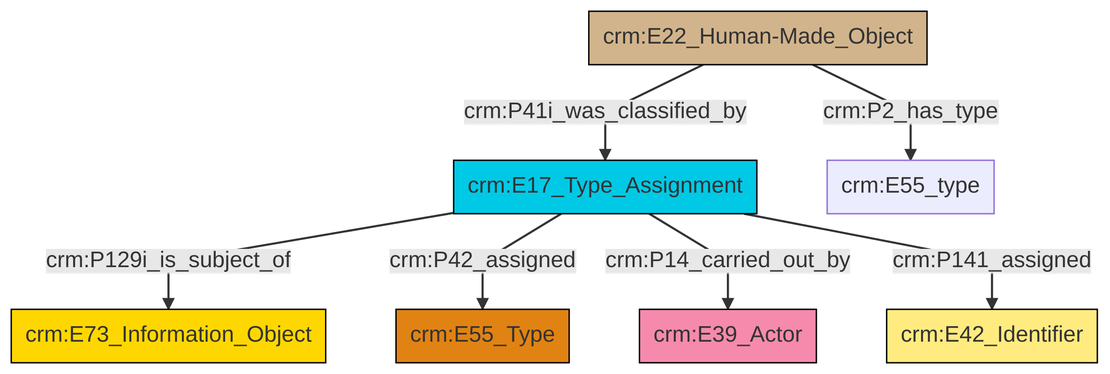
swiss-art-research-net/reference-data-models keeps this Mermaid diagram as et/builtWorkCSV/ttl/mmd/png/Built_Work_designation_status.png. Above is the earlier version. Its source is kept beside it as et/builtWorkCSV/ttl/mmd/Built_Work_designation_status.ttl.mmd.
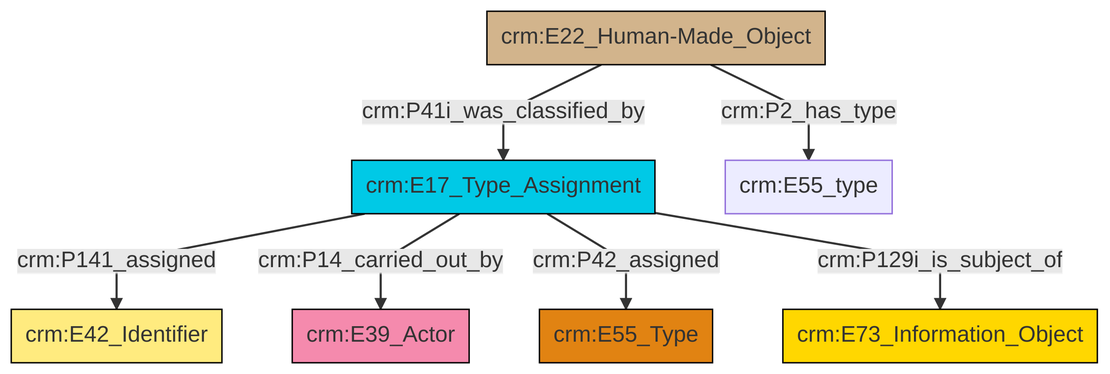
Above is the later version.

What changed in the source:
```diff
@@ -13,9 +13,9 @@
 classDef PC_Classes fill:#4ce600, stroke:#000000;
 classDef Multi fill:#cccccc,stroke:#000000;
 
-0["crm:E17_Type_Assignment"]:::Temporal_Entity -->|crm:P129i_is_subject_of| 9["crm:E73_Information_Object"]:::Conceptual_Object
-5["crm:E22_Human-Made_Object"]:::Physical_Thing -->|crm:P2_has_type| 11["crm:E55_type"]:::Default
-5["crm:E22_Human-Made_Object"]:::Physical_Thing -->|crm:P41i_was_classified_by| 0["crm:E17_Type_Assignment"]:::Temporal_Entity
-0["crm:E17_Type_Assignment"]:::Temporal_Entity -->|crm:P42_assigned| 2["crm:E55_Type"]:::Type
-0["crm:E17_Type_Assignment"]:::Temporal_Entity -->|crm:P14_carried_out_by| 7["crm:E39_Actor"]:::Actor
-0["crm:E17_Type_Assignment"]:::Temporal_Entity -->|crm:P141_assigned| 12["crm:E42_Identifier"]:::Appellation
+0["crm:E22_Human-Made_Object"]:::Physical_Thing -->|crm:P41i_was_classified_by| 1["crm:E17_Type_Assignment"]:::Temporal_Entity
+1["crm:E17_Type_Assignment"]:::Temporal_Entity -->|crm:P141_assigned| 2["crm:E42_Identifier"]:::Appellation
+1["crm:E17_Type_Assignment"]:::Temporal_Entity -->|crm:P14_carried_out_by| 6["crm:E39_Actor"]:::Actor
+1["crm:E17_Type_Assignment"]:::Temporal_Entity -->|crm:P42_assigned| 7["crm:E55_Type"]:::Type
+0["crm:E22_Human-Made_Object"]:::Physical_Thing -->|crm:P2_has_type| 8["crm:E55_type"]:::Default
+1["crm:E17_Type_Assignment"]:::Temporal_Entity -->|crm:P129i_is_subject_of| 4["crm:E73_Information_Object"]:::Conceptual_Object
```
